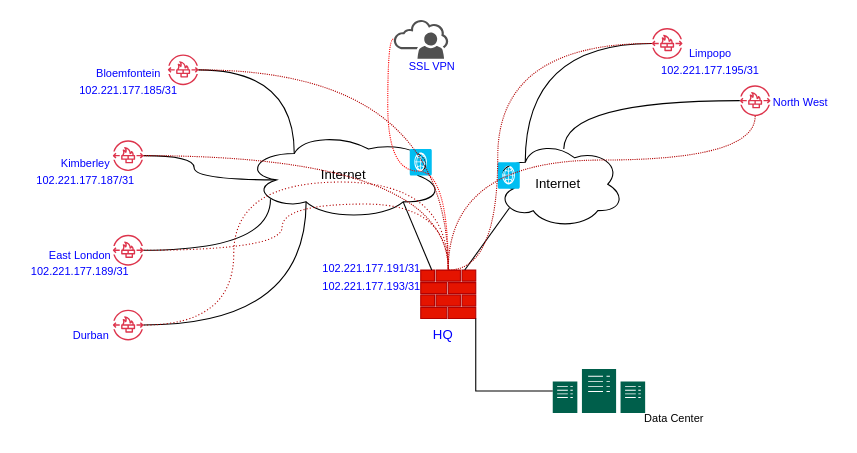
kennedyjombo/intro-to-me keeps this draw.io diagram as HDA SDWAN.drawio. Above is the earlier version. Source tidied: cells renumbered, new cells numbered last; positions are measured from the earlier drawing's top-left corner, leaving out a move shared by most shapes. Both pictures are drawn from the tidied source at 110%, with x=0, y=0 at pixel (19, 19).
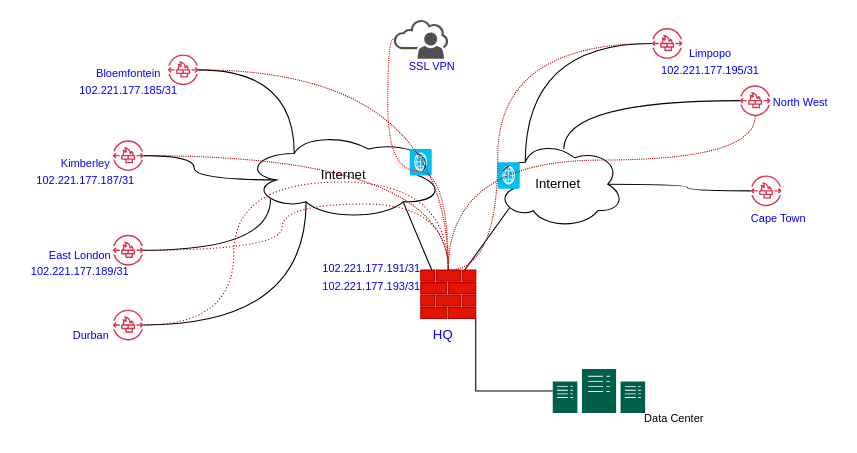
After the change.

The change refers to these unchanged cells:
```xml
<mxCell id="11" value="Internet" style="ellipse;shape=cloud;whiteSpace=wrap;html=1;" parent="1" vertex="1">
  <mxGeometry x="430" y="110" width="120" height="80" as="geometry" />
</mxCell>
```

Change to the diagram source:
```diff
@@
+    <mxCell id="42" style="rounded=0;jettySize=auto;html=1;exitX=0.875;exitY=0.5;exitDx=0;exitDy=0;exitPerimeter=0;endArrow=none;endFill=0;edgeStyle=orthogonalEdgeStyle;elbow=vertical;curved=1;" parent="1" edge="1" source="11" target="43">
+      <mxGeometry relative="1" as="geometry" />
+    </mxCell>
@@
+    <mxCell id="43" style="sketch=0;outlineConnect=0;fontColor=#232F3E;gradientColor=none;fillColor=#DD344C;strokeColor=none;dashed=0;verticalLabelPosition=bottom;verticalAlign=top;align=center;html=1;fontSize=12;fontStyle=0;shape=mxgraph.aws4.network_firewall_endpoints;" parent="1" vertex="1">
+      <mxGeometry x="665" y="142" width="28" height="28" as="geometry" />
+    </mxCell>
+    <mxCell id="44" value="&lt;font style=&quot;font-size: 10px;&quot; color=&quot;#0000ff&quot;&gt;Cape Town&lt;br&gt;&lt;/font&gt;" style="text;html=1;align=center;verticalAlign=middle;strokeColor=none;fillColor=none;" parent="1" vertex="1">
+      <mxGeometry x="655" y="166" width="70" height="30" as="geometry" />
+    </mxCell>
```
